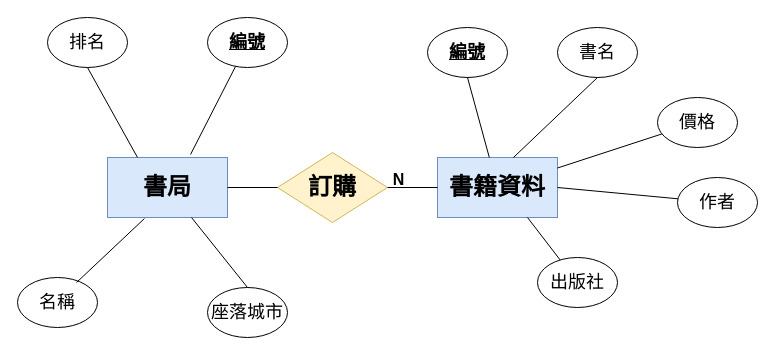
jerryconic/ucomsasa keeps this draw.io diagram as Data/Day3/ERD/訂書系統.drawio. Above is the earlier version. Source tidied: cells renumbered, new cells numbered last; positions are measured from the earlier drawing's top-left corner, leaving out a move shared by most shapes. Both pictures are drawn from the tidied source at 100%, with x=0, y=0 at pixel (17, 17).
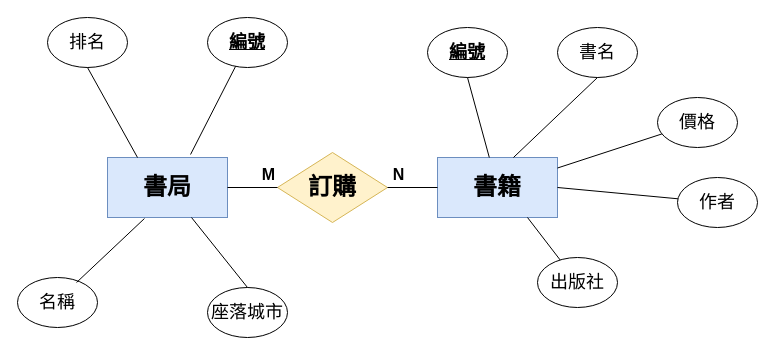
The same diagram, later.

What changed in the source:
```diff
@@
-    <mxCell id="2" value="&lt;h1&gt;書籍資料&lt;/h1&gt;" style="rounded=0;whiteSpace=wrap;html=1;fillColor=#dae8fc;strokeColor=#6c8ebf;" parent="1" vertex="1">
+    <mxCell id="2" value="&lt;h1&gt;書籍&lt;/h1&gt;" style="rounded=0;whiteSpace=wrap;html=1;fillColor=#dae8fc;strokeColor=#6c8ebf;" parent="1" vertex="1">
       <mxGeometry x="420" y="140" width="120" height="60" as="geometry" />
     </mxCell>
@@
     <mxCell id="18" value="&lt;h1 style=&quot;&quot;&gt;&lt;font style=&quot;font-size: 16px;&quot;&gt;N&lt;/font&gt;&lt;/h1&gt;" style="edgeLabel;html=1;align=center;verticalAlign=bottom;fontSize=11;labelBackgroundColor=none;textShadow=0;fontColor=default;" parent="1" vertex="1">
-      <mxGeometry x="380" y="190" as="geometry" />
+      <mxGeometry x="380" y="185" as="geometry" />
     </mxCell>
@@
+    <mxCell id="27" value="&lt;h1 style=&quot;&quot;&gt;&lt;font style=&quot;font-size: 16px;&quot;&gt;M&lt;/font&gt;&lt;/h1&gt;" style="edgeLabel;html=1;align=center;verticalAlign=bottom;fontSize=11;labelBackgroundColor=none;textShadow=0;fontColor=default;" parent="1" vertex="1">
+      <mxGeometry x="250" y="185" as="geometry" />
+    </mxCell>
```
